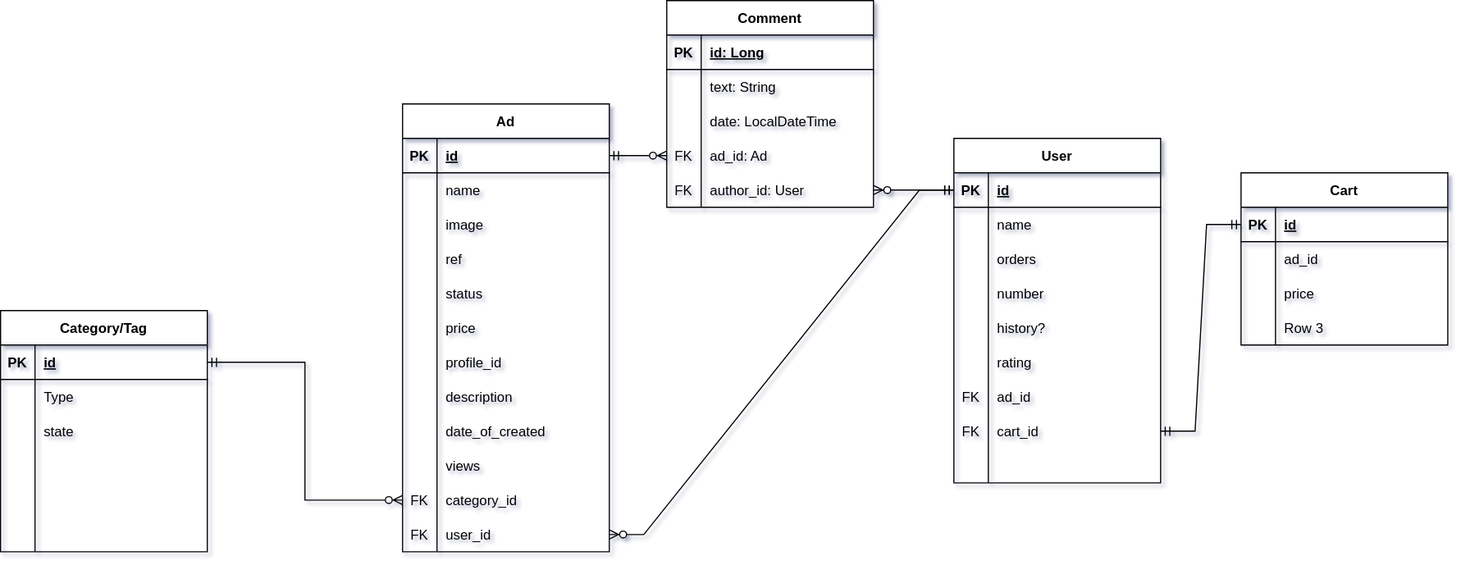
E6L1PS/waceplare_app_backend keeps this draw.io diagram as src/main/resources/WaceplareERD.svg. Above is the earlier version. Source tidied: cells renumbered, new cells last; positions are measured from the earlier drawing's top-left corner, leaving out a move shared by most shapes.
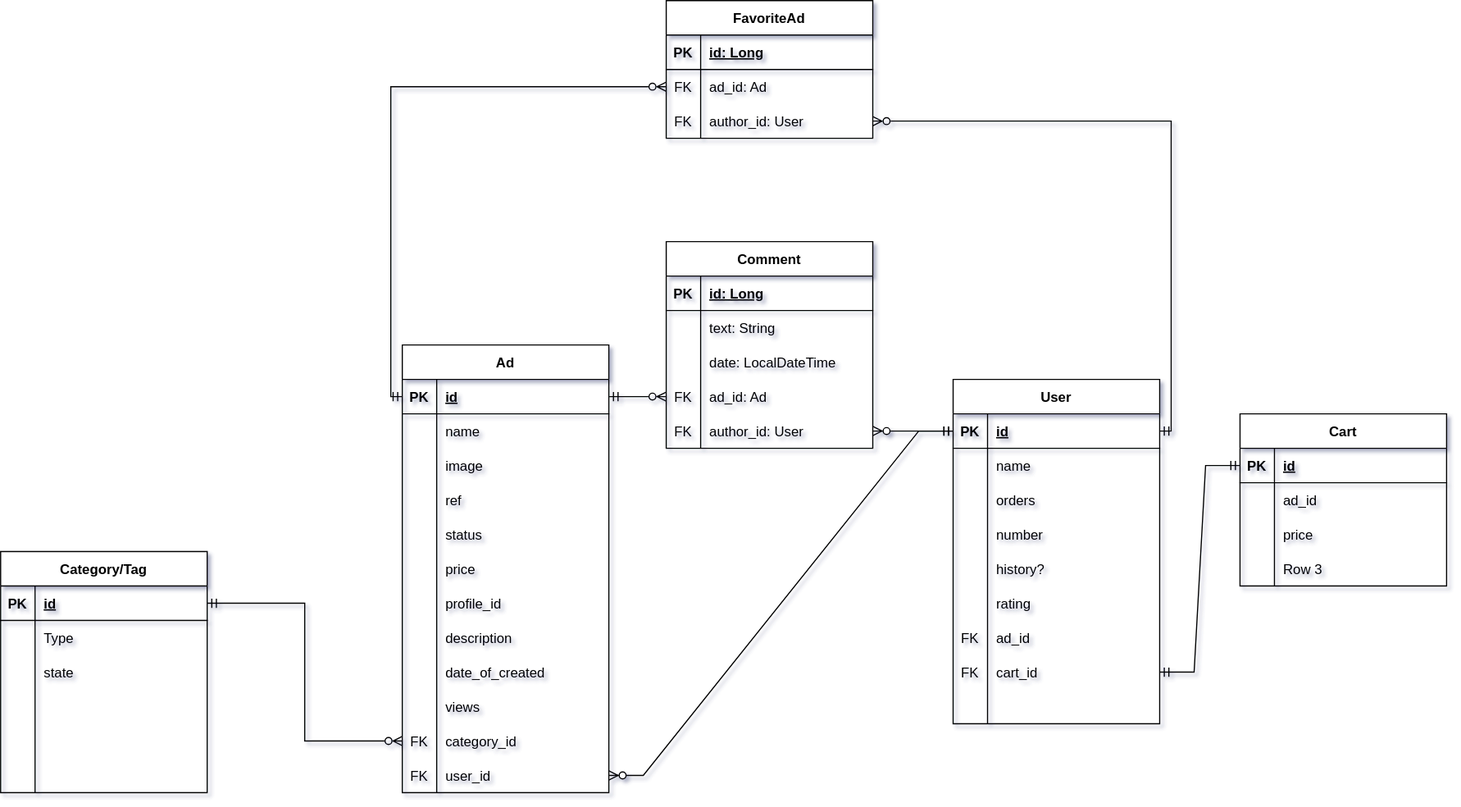
After the commit.

What changed in the source:
```diff
@@ -356,5 +356,41 @@
     <mxCell id="119" style="edgeStyle=entityRelationEdgeStyle;fontSize=12;html=1;endArrow=ERzeroToMany;startArrow=ERmandOne;rounded=0;exitX=0;exitY=0.5;exitDx=0;exitDy=0;entryX=1;entryY=0.5;entryDx=0;entryDy=0;" parent="1" edge="1" source="3" target="64">
       <mxGeometry relative="1" as="geometry" />
     </mxCell>
+    <mxCell id="120" value="FavoriteAd" style="shape=table;startSize=30;rowLines=0;fontStyle=1;align=center;" parent="1" vertex="1">
+      <mxGeometry x="580" y="-210" width="180" height="120" as="geometry" />
+    </mxCell>
+    <mxCell id="121" style="shape=tableRow;horizontal=0;startSize=0;swimlaneHead=0;swimlaneBody=0;fillColor=none;top=0;left=0;right=0;bottom=1;" parent="120" vertex="1">
+      <mxGeometry y="30" width="180" height="30" as="geometry" />
+    </mxCell>
+    <mxCell id="122" value="PK" style="shape=partialRectangle;fillColor=none;top=0;left=0;bottom=0;right=0;fontStyle=1;overflow=hidden;" parent="121" vertex="1">
+      <mxGeometry width="30" height="30" as="geometry" />
+    </mxCell>
+    <mxCell id="123" value="id: Long" style="shape=partialRectangle;fillColor=none;top=0;left=0;bottom=0;right=0;align=left;spacingLeft=6;fontStyle=5;overflow=hidden;" parent="121" vertex="1">
+      <mxGeometry x="30" width="150" height="30" as="geometry" />
+    </mxCell>
+    <mxCell id="124" style="shape=tableRow;horizontal=0;startSize=0;swimlaneHead=0;swimlaneBody=0;fillColor=none;points=[[0,0.5],[1,0.5]];portConstraint=eastwest;top=0;left=0;right=0;bottom=0;" parent="120" vertex="1">
+      <mxGeometry y="60" width="180" height="30" as="geometry" />
+    </mxCell>
+    <mxCell id="125" value="FK" style="shape=partialRectangle;fillColor=none;top=0;left=0;bottom=0;right=0;overflow=hidden;" parent="124" vertex="1">
+      <mxGeometry width="30" height="30" as="geometry" />
+    </mxCell>
+    <mxCell id="126" value="ad_id: Ad" style="shape=partialRectangle;fillColor=none;top=0;left=0;bottom=0;right=0;align=left;spacingLeft=6;overflow=hidden;" parent="124" vertex="1">
+      <mxGeometry x="30" width="150" height="30" as="geometry" />
+    </mxCell>
+    <mxCell id="127" style="shape=tableRow;horizontal=0;startSize=0;swimlaneHead=0;swimlaneBody=0;fillColor=none;points=[[0,0.5],[1,0.5]];portConstraint=eastwest;top=0;left=0;right=0;bottom=0;" parent="120" vertex="1">
+      <mxGeometry y="90" width="180" height="30" as="geometry" />
+    </mxCell>
+    <mxCell id="128" value="FK" style="shape=partialRectangle;fillColor=none;top=0;left=0;bottom=0;right=0;overflow=hidden;" parent="127" vertex="1">
+      <mxGeometry width="30" height="30" as="geometry" />
+    </mxCell>
+    <mxCell id="129" value="author_id: User" style="shape=partialRectangle;fillColor=none;top=0;left=0;bottom=0;right=0;align=left;spacingLeft=6;overflow=hidden;" parent="127" vertex="1">
+      <mxGeometry x="30" width="150" height="30" as="geometry" />
+    </mxCell>
+    <mxCell id="130" style="edgeStyle=orthogonalEdgeStyle;fontSize=12;html=1;endArrow=ERzeroToMany;startArrow=ERmandOne;rounded=0;endFill=0;entryX=0;entryY=0.5;entryDx=0;entryDy=0;exitX=0;exitY=0.5;exitDx=0;exitDy=0;" parent="1" edge="1" source="31" target="124">
+      <mxGeometry relative="1" as="geometry" />
+    </mxCell>
+    <mxCell id="131" style="edgeStyle=orthogonalEdgeStyle;fontSize=12;html=1;endArrow=ERzeroToMany;startArrow=ERmandOne;rounded=0;endFill=0;entryX=1;entryY=0.5;entryDx=0;entryDy=0;exitX=1;exitY=0.5;exitDx=0;exitDy=0;" parent="1" edge="1" source="3" target="127">
+      <mxGeometry relative="1" as="geometry" />
+    </mxCell>
   </root>
 </mxGraphModel>
```
